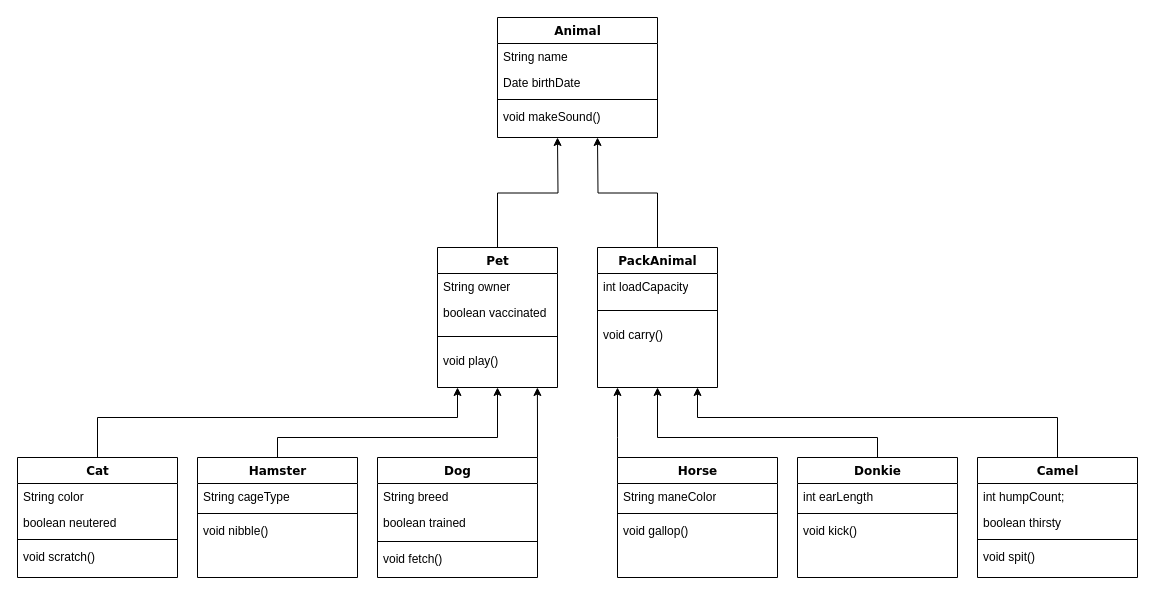
This is digram.drawio from leg0staev/gb_final_work_1, a draw.io file, before an edit. Source tidied: cells renumbered, new cells numbered last; positions are measured from the earlier drawing's top-left corner, leaving out a move shared by most shapes. Both pictures are drawn from the tidied source at 100%, with x=0, y=0 at pixel (17, 17).
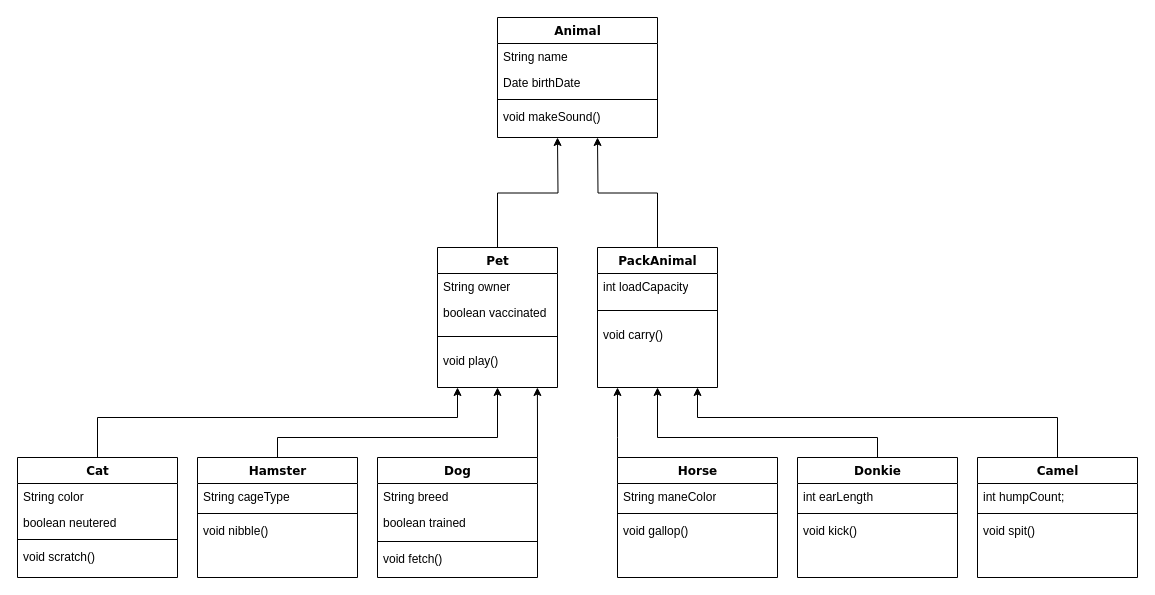
Above is the later version.

The change refers to these unchanged cells:
```xml
<mxCell id="36" value="Camel" style="swimlane;html=1;fontStyle=1;align=center;verticalAlign=top;horizontal=1;startSize=26;swimlaneFillColor=#ffffff;rounded=0;shadow=0;comic=0;labelBackgroundColor=none;strokeWidth=1;fillColor=none;fontFamily=Verdana;fontSize=12;" parent="1" vertex="1">
  <mxGeometry x="960" y="440" width="160" height="120" as="geometry" />
</mxCell>
```

Change to the diagram source:
```diff
@@
-    <mxCell id="38" value="boolean thirsty" style="text;html=1;strokeColor=none;fillColor=none;align=left;verticalAlign=top;spacingLeft=4;spacingRight=4;whiteSpace=wrap;overflow=hidden;" parent="36" vertex="1">
-      <mxGeometry y="52" width="160" height="26" as="geometry" />
-    </mxCell>
     <mxCell id="39" style="line;html=1;strokeWidth=1;fillColor=none;align=left;verticalAlign=middle;spacingTop=-1;spacingLeft=3;spacingRight=3;labelPosition=right;" parent="36" vertex="1">
-      <mxGeometry y="78" width="160" height="8" as="geometry" />
+      <mxGeometry y="52" width="160" height="8" as="geometry" />
     </mxCell>
     <mxCell id="40" value="void spit()" style="text;html=1;strokeColor=none;fillColor=none;align=left;verticalAlign=top;spacingLeft=4;spacingRight=4;whiteSpace=wrap;overflow=hidden;" parent="36" vertex="1">
-      <mxGeometry y="86" width="160" height="26" as="geometry" />
+      <mxGeometry y="60" width="160" height="26" as="geometry" />
     </mxCell>
```
